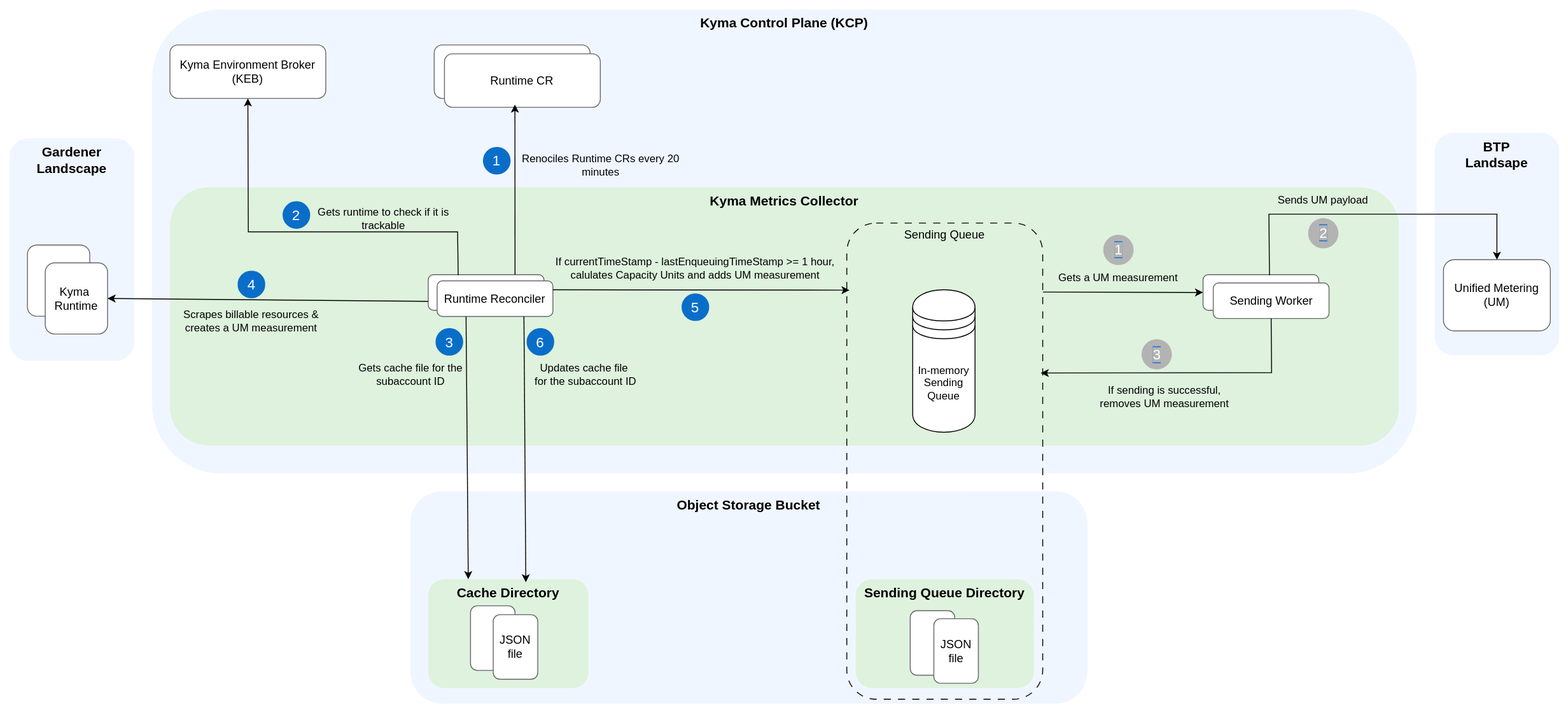
Earlier version of the draw.io export docs/contributor/assets/UM_architecture.drawio.svg (kyma-project/kyma-metrics-collector). Source tidied: cells renumbered, new cells last; positions are measured from the earlier drawing's top-left corner, leaving out a move shared by most shapes.
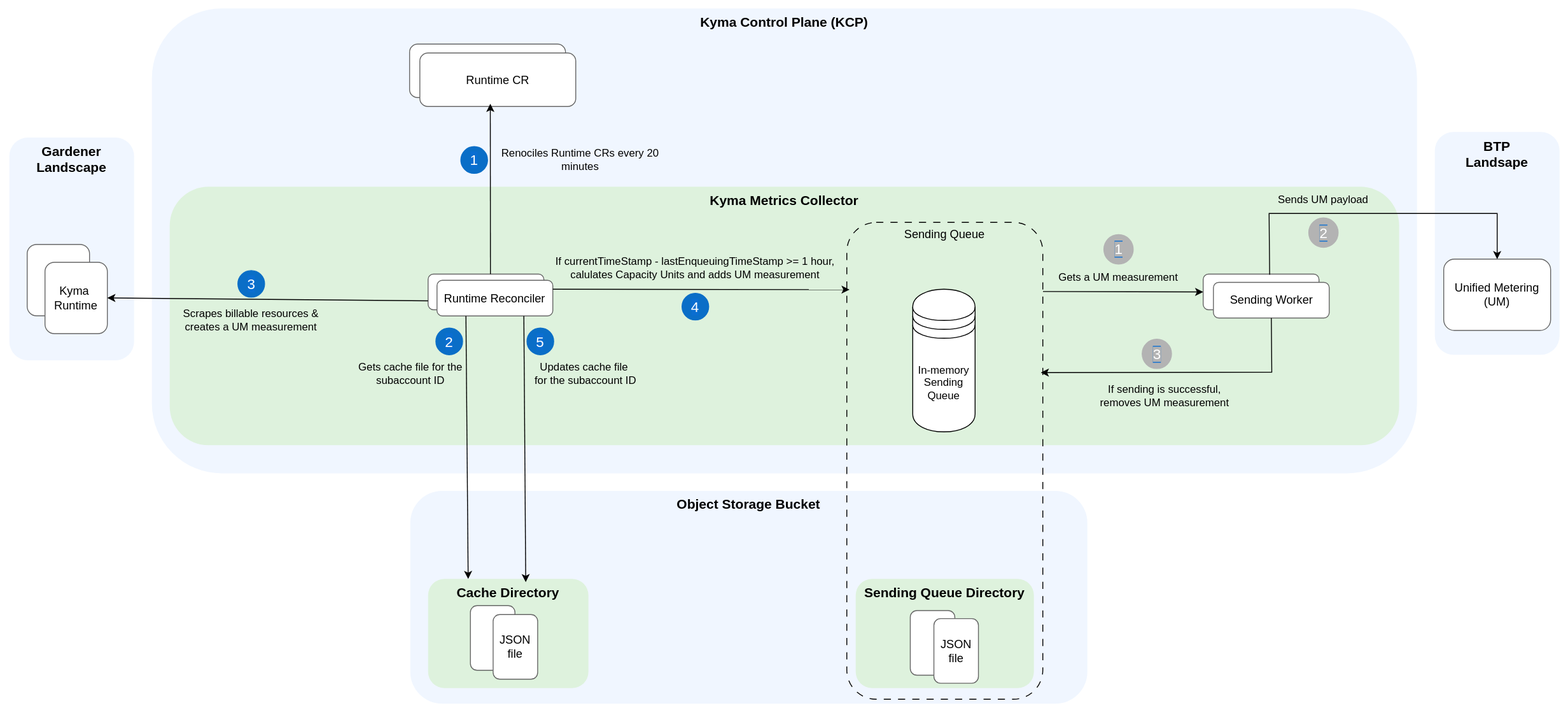
Above is the later version.

What changed in the source:
```diff
@@ -23,9 +23,6 @@
     <mxCell id="8" value="Unified Metering (UM)" style="rounded=1;whiteSpace=wrap;html=1;fontSize=13;strokeColor=#666666;" parent="1" vertex="1">
       <mxGeometry x="1620" y="291.2" width="120" height="80" as="geometry" />
     </mxCell>
-    <mxCell id="9" value="Kyma Environment Broker (KEB)" style="rounded=1;whiteSpace=wrap;html=1;fontSize=13;strokeColor=#666666;" parent="1" vertex="1">
-      <mxGeometry x="190" y="50" width="175" height="60" as="geometry" />
-    </mxCell>
     <mxCell id="10" value="&lt;b style=&quot;color: rgb(0, 0, 0); font-size: 15px;&quot;&gt;Kyma Metrics Collector&lt;/b&gt;" style="rounded=1;whiteSpace=wrap;html=1;dashed=1;fillColor=#DEF2DD;strokeColor=none;verticalAlign=top;fontSize=15;" parent="1" vertex="1">
       <mxGeometry x="190" y="210" width="1380" height="290" as="geometry" />
     </mxCell>
@@ -127,10 +124,10 @@
       <mxGeometry relative="1" as="geometry" />
     </mxCell>
     <mxCell id="40" style="rounded=1;whiteSpace=wrap;html=1;fontSize=13;strokeColor=#666666;" parent="1" vertex="1">
-      <mxGeometry x="486.8" y="50" width="175" height="60" as="geometry" />
+      <mxGeometry x="459.2" y="50" width="175" height="60" as="geometry" />
     </mxCell>
     <mxCell id="41" value="Runtime CR" style="rounded=1;whiteSpace=wrap;html=1;fontSize=13;strokeColor=#666666;" parent="1" vertex="1">
-      <mxGeometry x="498.2" y="60" width="175" height="60" as="geometry" />
+      <mxGeometry x="470.8" y="60" width="175" height="60" as="geometry" />
     </mxCell>
     <mxCell id="42" value="&lt;font style=&quot;font-size: 13px;&quot;&gt;Sending Queue&lt;/font&gt;" style="text;html=1;align=center;verticalAlign=middle;whiteSpace=wrap;rounded=0;" parent="1" vertex="1">
       <mxGeometry x="960" y="248" width="200" height="30" as="geometry" />
@@ -146,39 +143,27 @@
         </Array>
       </mxGeometry>
     </mxCell>
-    <mxCell id="45" style="endArrow=classic;html=1;rounded=0;exitX=0.75;exitY=0;exitDx=0;exitDy=0;entryX=0.452;entryY=0.95;entryDx=0;entryDy=0;entryPerimeter=0;" parent="1" edge="1" source="11" target="41">
-      <mxGeometry relative="1" as="geometry" />
+    <mxCell id="45" style="endArrow=classic;html=1;rounded=0;entryX=0.452;entryY=0.95;entryDx=0;entryDy=0;entryPerimeter=0;" parent="1" edge="1" target="41">
+      <mxGeometry relative="1" as="geometry">
+        <mxPoint x="550" y="308" as="sourcePoint" />
+      </mxGeometry>
     </mxCell>
     <mxCell id="46" value="Renociles Runtime CRs every 20 minutes" style="text;html=1;align=center;verticalAlign=middle;whiteSpace=wrap;rounded=0;" parent="1" vertex="1">
-      <mxGeometry x="572" y="170" width="203.5" height="30" as="geometry" />
+      <mxGeometry x="548.5" y="165" width="203.5" height="30" as="geometry" />
     </mxCell>
-    <mxCell id="47" style="endArrow=classic;html=1;rounded=0;exitX=0.259;exitY=0.015;exitDx=0;exitDy=0;entryX=0.5;entryY=1;entryDx=0;entryDy=0;exitPerimeter=0;" parent="1" edge="1" source="11" target="9">
-      <mxGeometry relative="1" as="geometry">
-        <Array as="points">
-          <mxPoint x="513" y="260" />
-          <mxPoint x="278" y="260" />
-        </Array>
-      </mxGeometry>
-    </mxCell>
-    <mxCell id="48" value="Gets runtime to check if it is trackable" style="text;html=1;align=center;verticalAlign=middle;whiteSpace=wrap;rounded=0;" parent="1" vertex="1">
-      <mxGeometry x="350" y="230" width="160" height="30" as="geometry" />
-    </mxCell>
     <mxCell id="49" value="&lt;font style=&quot;font-size: 16px&quot;&gt;1&lt;/font&gt;" style="ellipse;whiteSpace=wrap;html=1;labelBackgroundColor=#0A6ED1;fontColor=#FFFFFF;fillColor=#0A6EC7;strokeColor=#0A6EC7;" parent="1" vertex="1">
-      <mxGeometry x="542" y="165" width="30" height="30" as="geometry" />
+      <mxGeometry x="516.8" y="165" width="30" height="30" as="geometry" />
     </mxCell>
-    <mxCell id="50" value="&lt;font style=&quot;font-size: 16px&quot;&gt;2&lt;/font&gt;" style="ellipse;whiteSpace=wrap;html=1;labelBackgroundColor=#0A6ED1;fontColor=#FFFFFF;fillColor=#0A6EC7;strokeColor=#0A6EC7;" parent="1" vertex="1">
-      <mxGeometry x="317" y="226" width="30" height="30" as="geometry" />
-    </mxCell>
-    <mxCell id="51" value="&lt;font style=&quot;font-size: 16px&quot;&gt;3&lt;/font&gt;" style="ellipse;whiteSpace=wrap;html=1;labelBackgroundColor=#0A6ED1;fontColor=#FFFFFF;fillColor=#0A6EC7;strokeColor=#0A6EC7;" parent="1" vertex="1">
+    <mxCell id="51" value="&lt;font style=&quot;font-size: 16px&quot;&gt;2&lt;/font&gt;" style="ellipse;whiteSpace=wrap;html=1;labelBackgroundColor=#0A6ED1;fontColor=#FFFFFF;fillColor=#0A6EC7;strokeColor=#0A6EC7;" parent="1" vertex="1">
       <mxGeometry x="488.8" y="368.5" width="30" height="30" as="geometry" />
     </mxCell>
-    <mxCell id="52" value="&lt;font style=&quot;font-size: 16px&quot;&gt;4&lt;/font&gt;" style="ellipse;whiteSpace=wrap;html=1;labelBackgroundColor=#0A6ED1;fontColor=#FFFFFF;fillColor=#0A6EC7;strokeColor=#0A6EC7;" parent="1" vertex="1">
+    <mxCell id="52" value="&lt;font style=&quot;font-size: 16px&quot;&gt;3&lt;/font&gt;" style="ellipse;whiteSpace=wrap;html=1;labelBackgroundColor=#0A6ED1;fontColor=#FFFFFF;fillColor=#0A6EC7;strokeColor=#0A6EC7;" parent="1" vertex="1">
       <mxGeometry x="266.5" y="304" width="30" height="30" as="geometry" />
     </mxCell>
-    <mxCell id="53" value="&lt;font style=&quot;font-size: 16px&quot;&gt;5&lt;/font&gt;" style="ellipse;whiteSpace=wrap;html=1;labelBackgroundColor=#0A6ED1;fontColor=#FFFFFF;fillColor=#0A6EC7;strokeColor=#0A6EC7;" parent="1" vertex="1">
+    <mxCell id="53" value="&lt;font style=&quot;font-size: 16px&quot;&gt;4&lt;/font&gt;" style="ellipse;whiteSpace=wrap;html=1;labelBackgroundColor=#0A6ED1;fontColor=#FFFFFF;fillColor=#0A6EC7;strokeColor=#0A6EC7;" parent="1" vertex="1">
       <mxGeometry x="765" y="329.5" width="30" height="30" as="geometry" />
     </mxCell>
-    <mxCell id="54" value="&lt;font style=&quot;font-size: 16px&quot;&gt;6&lt;/font&gt;" style="ellipse;whiteSpace=wrap;html=1;labelBackgroundColor=#0A6ED1;fontColor=#FFFFFF;fillColor=#0A6EC7;strokeColor=#0A6EC7;" parent="1" vertex="1">
+    <mxCell id="54" value="&lt;font style=&quot;font-size: 16px&quot;&gt;5&lt;/font&gt;" style="ellipse;whiteSpace=wrap;html=1;labelBackgroundColor=#0A6ED1;fontColor=#FFFFFF;fillColor=#0A6EC7;strokeColor=#0A6EC7;" parent="1" vertex="1">
       <mxGeometry x="591" y="368.5" width="30" height="30" as="geometry" />
     </mxCell>
     <mxCell id="55" value="&lt;font style=&quot;font-size: 16px; background-color: rgb(179, 179, 179);&quot;&gt;1&lt;/font&gt;" style="ellipse;whiteSpace=wrap;html=1;labelBackgroundColor=#0A6ED1;fontColor=#FFFFFF;fillColor=#B3B3B3;strokeColor=#B3B3B3;" parent="1" vertex="1">
```
